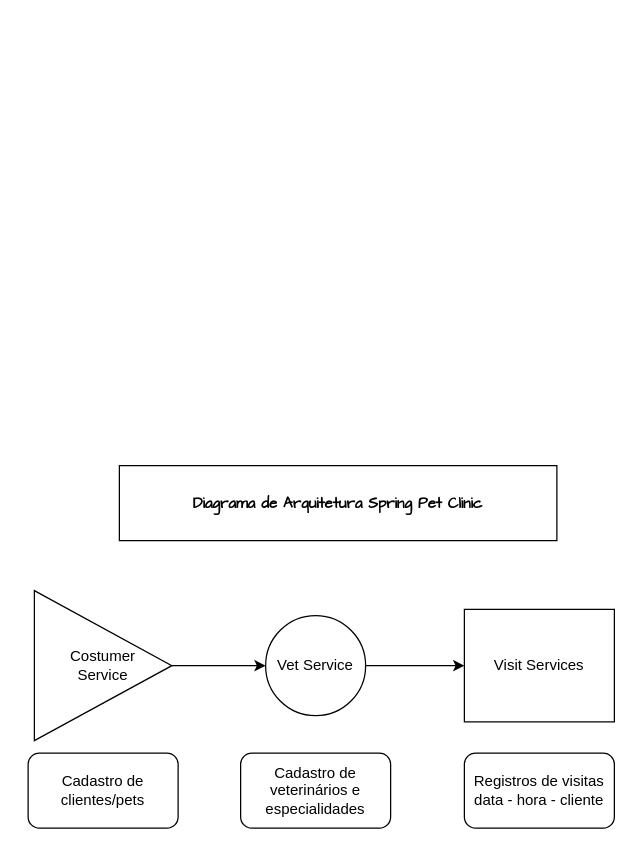
The draw.io diagram Diagrama sem nome.drawio in LucasChimirri/Spring-PetClinic, before the edit. Source tidied: cells renumbered, new cells numbered last; positions are measured from the earlier drawing's top-left corner, leaving out a move shared by most shapes. Both pictures are drawn from the tidied source at 125%, with x=0, y=0 at pixel (28, 465).
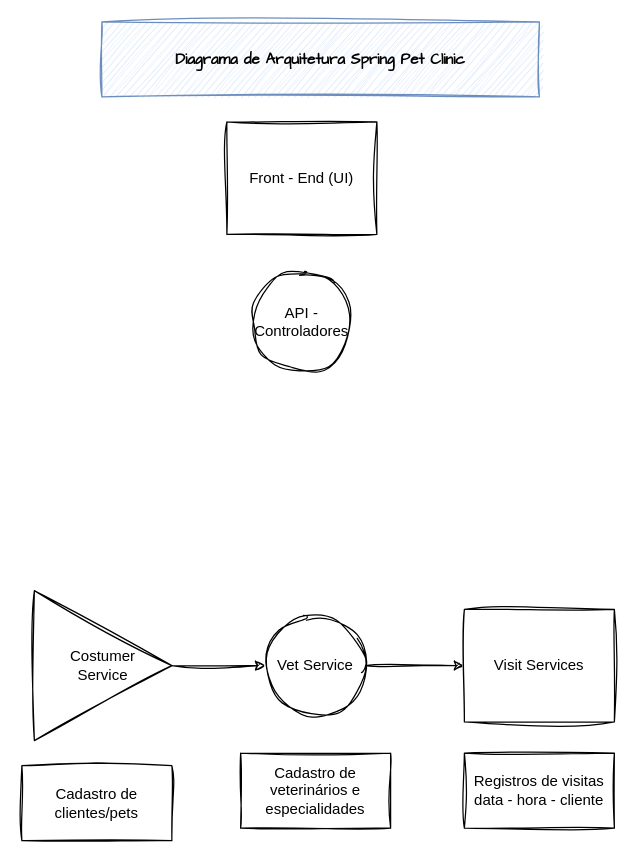
The same diagram, later.

Diff of the diagram source:
```diff
@@
 <mxGraphModel>
   <root>
     <mxCell id="0" />
     <mxCell id="1" parent="0" />
-    <mxCell id="2" value="&lt;b&gt;&lt;font face=&quot;Comic Sans MS&quot;&gt;Diagrama de Arquitetura Spring Pet Clinic&lt;/font&gt;&lt;/b&gt;" style="rounded=0;whiteSpace=wrap;html=1;" parent="1" vertex="1">
-      <mxGeometry x="73" width="350" height="60" as="geometry" />
+    <mxCell id="2" value="&lt;b&gt;&lt;font face=&quot;Comic Sans MS&quot;&gt;Diagrama de Arquitetura Spring Pet Clinic&lt;/font&gt;&lt;/b&gt;" style="rounded=0;whiteSpace=wrap;html=1;sketch=1;curveFitting=1;jiggle=2;labelBackgroundColor=none;fillColor=#dae8fc;strokeColor=#6c8ebf;" parent="1" vertex="1">
+      <mxGeometry x="59" y="-355" width="350" height="60" as="geometry" />
     </mxCell>
-    <mxCell id="3" style="edgeStyle=orthogonalEdgeStyle;rounded=0;jettySize=auto;html=1;" parent="1" edge="1" source="4" target="6">
+    <mxCell id="3" style="edgeStyle=orthogonalEdgeStyle;rounded=0;jettySize=auto;html=1;sketch=1;curveFitting=1;jiggle=2;labelBackgroundColor=none;fontColor=default;" parent="1" edge="1" source="4" target="6">
       <mxGeometry relative="1" as="geometry" />
     </mxCell>
-    <mxCell id="4" value="Costumer&lt;div&gt;&lt;span style=&quot;background-color: transparent; color: light-dark(rgb(0, 0, 0), rgb(255, 255, 255));&quot;&gt;Service&lt;/span&gt;&lt;/div&gt;" style="triangle;whiteSpace=wrap;html=1;" parent="1" vertex="1">
+    <mxCell id="4" value="Costumer&lt;div&gt;&lt;span style=&quot;background-color: transparent; color: light-dark(rgb(0, 0, 0), rgb(255, 255, 255));&quot;&gt;Service&lt;/span&gt;&lt;/div&gt;" style="triangle;whiteSpace=wrap;html=1;rounded=0;sketch=1;curveFitting=1;jiggle=2;labelBackgroundColor=none;" parent="1" vertex="1">
       <mxGeometry x="5" y="100" width="110" height="120" as="geometry" />
     </mxCell>
-    <mxCell id="5" style="edgeStyle=orthogonalEdgeStyle;rounded=0;jettySize=auto;html=1;" parent="1" edge="1" source="6" target="9">
+    <mxCell id="5" style="edgeStyle=orthogonalEdgeStyle;rounded=0;jettySize=auto;html=1;sketch=1;curveFitting=1;jiggle=2;labelBackgroundColor=none;fontColor=default;" parent="1" edge="1" source="6" target="9">
       <mxGeometry relative="1" as="geometry" />
     </mxCell>
-    <mxCell id="6" value="Vet Service" style="ellipse;whiteSpace=wrap;html=1;" parent="1" vertex="1">
+    <mxCell id="6" value="Vet Service" style="ellipse;whiteSpace=wrap;html=1;rounded=0;sketch=1;curveFitting=1;jiggle=2;labelBackgroundColor=none;" parent="1" vertex="1">
       <mxGeometry x="190" y="120" width="80" height="80" as="geometry" />
     </mxCell>
-    <mxCell id="7" value="Cadastro de clientes/pets" style="rounded=1;whiteSpace=wrap;html=1;" parent="1" vertex="1">
-      <mxGeometry y="230" width="120" height="60" as="geometry" />
+    <mxCell id="7" value="Cadastro de clientes/pets" style="rounded=0;whiteSpace=wrap;html=1;sketch=1;curveFitting=1;jiggle=2;labelBackgroundColor=none;" parent="1" vertex="1">
+      <mxGeometry x="-5" y="240" width="120" height="60" as="geometry" />
     </mxCell>
-    <mxCell id="8" value="Cadastro de veterinários e especialidades" style="rounded=1;whiteSpace=wrap;html=1;" parent="1" vertex="1">
+    <mxCell id="8" value="Cadastro de veterinários e especialidades" style="rounded=0;whiteSpace=wrap;html=1;sketch=1;curveFitting=1;jiggle=2;labelBackgroundColor=none;" parent="1" vertex="1">
       <mxGeometry x="170" y="230" width="120" height="60" as="geometry" />
     </mxCell>
-    <mxCell id="9" value="Visit Services" style="whiteSpace=wrap;html=1;" parent="1" vertex="1">
+    <mxCell id="9" value="Visit Services" style="whiteSpace=wrap;html=1;rounded=0;sketch=1;curveFitting=1;jiggle=2;labelBackgroundColor=none;" parent="1" vertex="1">
       <mxGeometry x="349" y="115" width="120" height="90" as="geometry" />
     </mxCell>
-    <mxCell id="10" value="Registros de visitas&lt;div&gt;data - hora - cliente&lt;/div&gt;" style="rounded=1;whiteSpace=wrap;html=1;" parent="1" vertex="1">
+    <mxCell id="10" value="Registros de visitas&lt;div&gt;data - hora - cliente&lt;/div&gt;" style="rounded=0;whiteSpace=wrap;html=1;sketch=1;curveFitting=1;jiggle=2;labelBackgroundColor=none;" parent="1" vertex="1">
       <mxGeometry x="349" y="230" width="120" height="60" as="geometry" />
     </mxCell>
+    <mxCell id="11" value="Front - End (UI)" style="whiteSpace=wrap;html=1;rounded=0;sketch=1;curveFitting=1;jiggle=2;labelBackgroundColor=none;" parent="1" vertex="1">
+      <mxGeometry x="159" y="-275" width="120" height="90" as="geometry" />
+    </mxCell>
+    <mxCell id="12" value="API - Controladores" style="ellipse;whiteSpace=wrap;html=1;rounded=0;sketch=1;curveFitting=1;jiggle=2;labelBackgroundColor=none;" parent="1" vertex="1">
+      <mxGeometry x="179" y="-155" width="80" height="80" as="geometry" />
+    </mxCell>
   </root>
 </mxGraphModel>
```
